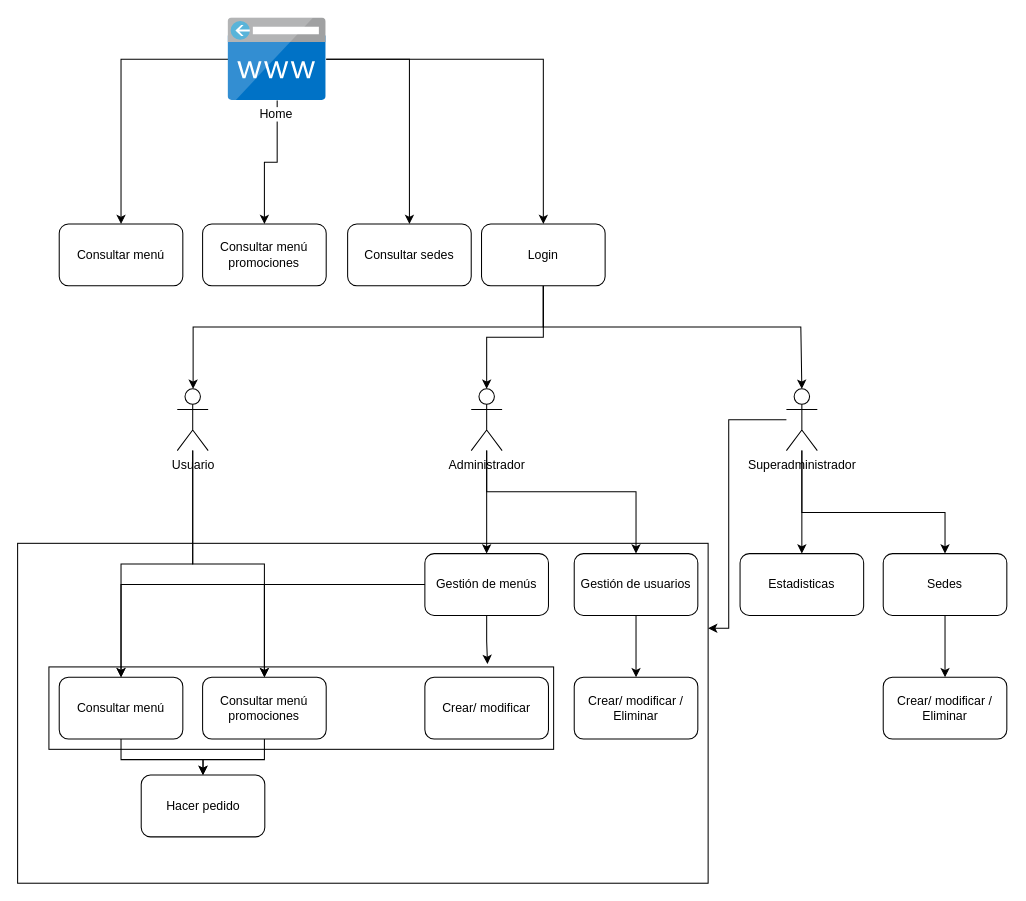
This is Mapa de navegabilidad.drawio from JESP93/Ciclo3, a draw.io file, before an edit. Source tidied: cells renumbered, new cells numbered last; positions are measured from the earlier drawing's top-left corner, leaving out a move shared by most shapes. Both pictures are drawn from the tidied source at 103%, with x=0, y=0 at pixel (18, 18).
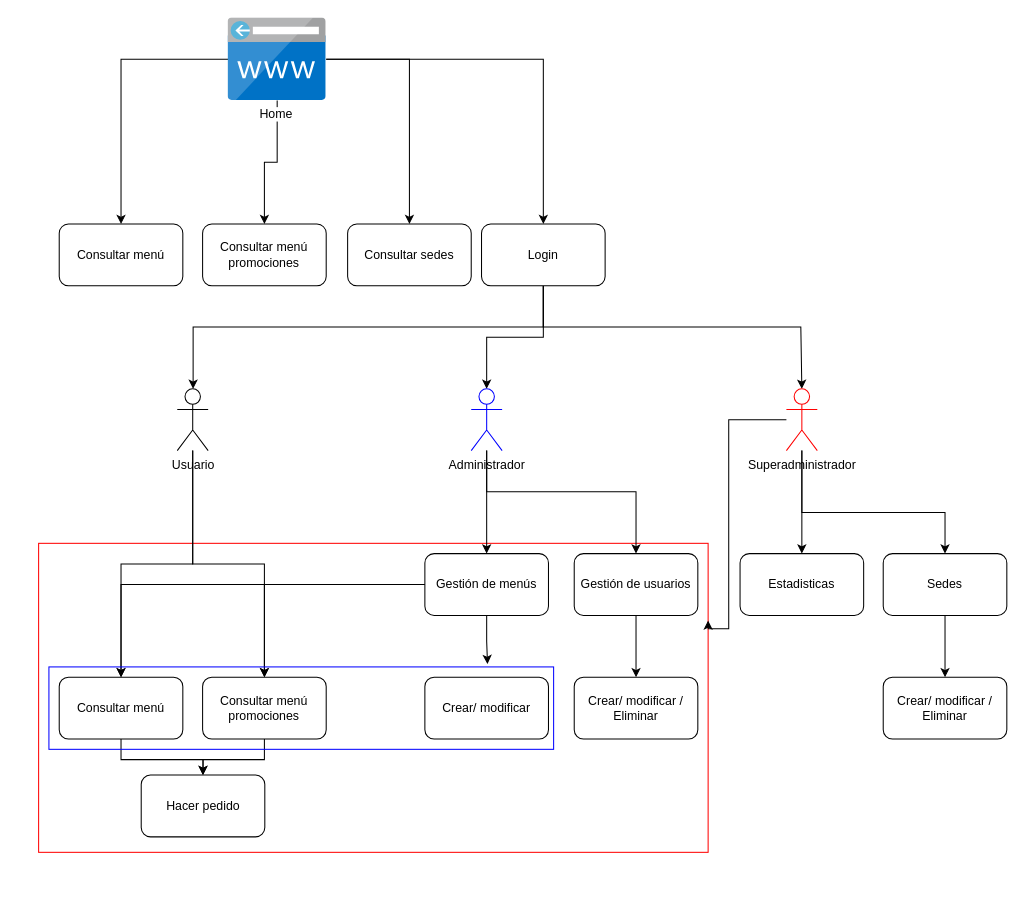
After the change.

The edit, as a diff of the source:
```diff
@@
+    <mxCell id="41" style="rounded=0;whiteSpace=wrap;html=1;fillColor=none;strokeColor=#FF0000;" parent="1" vertex="1">
+      <mxGeometry x="20" y="510" width="650" height="300" as="geometry" />
+    </mxCell>
@@
-    <mxCell id="19" value="Administrador" style="shape=umlActor;verticalLabelPosition=bottom;verticalAlign=top;html=1;outlineConnect=0;" parent="1" vertex="1">
+    <mxCell id="19" value="Administrador" style="shape=umlActor;verticalLabelPosition=bottom;verticalAlign=top;html=1;outlineConnect=0;strokeColor=#0000FF;" parent="1" vertex="1">
       <mxGeometry x="440" y="360" width="30" height="60" as="geometry" />
     </mxCell>
@@
-    <mxCell id="23" value="Superadministrador" style="shape=umlActor;verticalLabelPosition=bottom;verticalAlign=top;html=1;outlineConnect=0;" parent="1" vertex="1">
+    <mxCell id="23" value="Superadministrador" style="shape=umlActor;verticalLabelPosition=bottom;verticalAlign=top;html=1;outlineConnect=0;strokeColor=#FF0000;" parent="1" vertex="1">
       <mxGeometry x="746" y="360" width="30" height="60" as="geometry" />
     </mxCell>
@@
-    <mxCell id="35" style="rounded=0;whiteSpace=wrap;html=1;fillColor=none;" parent="1" vertex="1">
+    <mxCell id="35" style="rounded=0;whiteSpace=wrap;html=1;fillColor=none;strokeColor=#0000FF;" parent="1" vertex="1">
       <mxGeometry x="30" y="630" width="490" height="80" as="geometry" />
     </mxCell>
@@
-    <mxCell id="41" style="rounded=0;whiteSpace=wrap;html=1;fillColor=none;" parent="1" vertex="1">
-      <mxGeometry x="-0.4" y="510" width="670.4" height="330" as="geometry" />
-    </mxCell>
```
